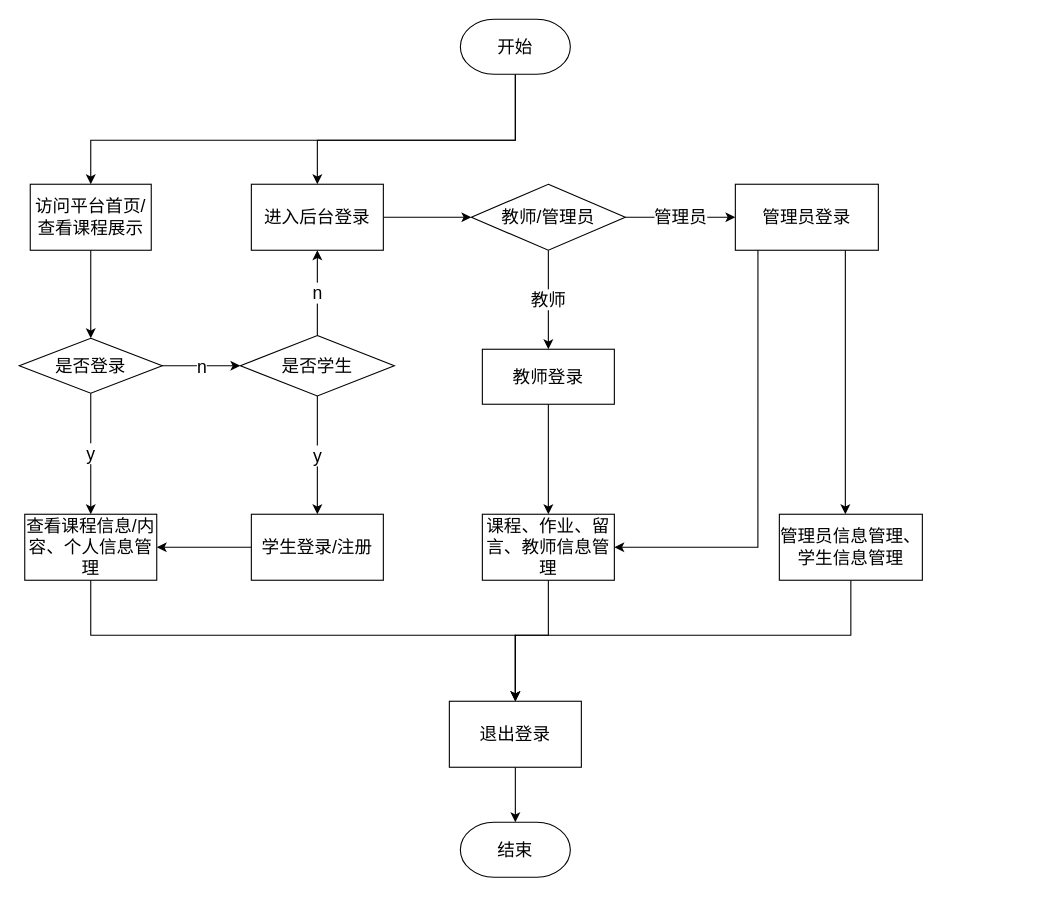
Before: imgs/主要业务流程图.drawio in jaclkliao/imgs, a draw.io diagram. Source tidied: cells renumbered, new cells numbered last; positions are measured from the earlier drawing's top-left corner, leaving out a move shared by most shapes. Both pictures are drawn from the tidied source at 110%, with x=0, y=0 at pixel (19, 19).
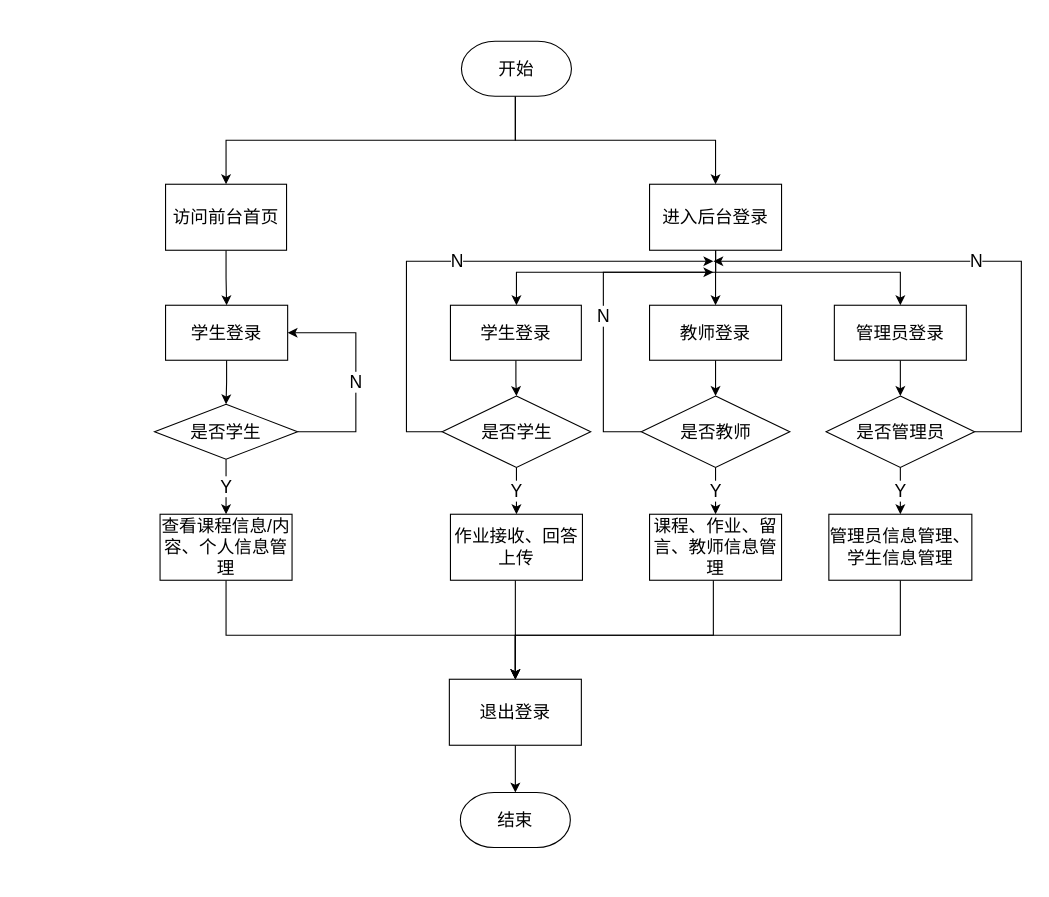
The same page after the edit.

Commit message:
更新主要业务流程图.drawio

What changed in the source:
```diff
@@
-    <mxCell id="2" style="edgeStyle=orthogonalEdgeStyle;rounded=0;jettySize=auto;html=1;fontSize=16;fontFamily=宋体;" parent="1" edge="1" source="4">
+    <mxCell id="2" style="edgeStyle=orthogonalEdgeStyle;rounded=0;jettySize=auto;html=1;fontSize=16;fontFamily=宋体;entryX=0.5;entryY=0;entryDx=0;entryDy=0;" parent="1" edge="1" source="4" target="6">
       <mxGeometry relative="1" as="geometry">
-        <mxPoint x="65" y="150" as="targetPoint" />
         <Array as="points">
           <mxPoint x="451" y="110" />
-          <mxPoint x="65" y="110" />
+          <mxPoint x="188" y="110" />
         </Array>
       </mxGeometry>
     </mxCell>
-    <mxCell id="3" style="edgeStyle=orthogonalEdgeStyle;rounded=0;jettySize=auto;html=1;entryX=0.5;entryY=0;entryDx=0;entryDy=0;fontSize=16;fontFamily=宋体;" parent="1" edge="1" source="4" target="18">
+    <mxCell id="3" style="edgeStyle=orthogonalEdgeStyle;rounded=0;jettySize=auto;html=1;fontFamily=宋体;" parent="1" edge="1" source="4" target="18">
       <mxGeometry relative="1" as="geometry">
         <Array as="points">
           <mxPoint x="451" y="110" />
-          <mxPoint x="271" y="110" />
+          <mxPoint x="633" y="110" />
         </Array>
       </mxGeometry>
     </mxCell>
     <mxCell id="4" value="开始" style="strokeWidth=1;html=1;shape=mxgraph.flowchart.terminator;whiteSpace=wrap;fontSize=16;fontFamily=宋体;" parent="1" vertex="1">
-      <mxGeometry x="401" width="100" height="50" as="geometry" />
+      <mxGeometry x="402" y="20" width="100" height="50" as="geometry" />
     </mxCell>
-    <mxCell id="5" style="edgeStyle=orthogonalEdgeStyle;rounded=0;jettySize=auto;html=1;fontSize=16;fontFamily=宋体;" parent="1" edge="1" source="6">
-      <mxGeometry relative="1" as="geometry">
-        <mxPoint x="65" y="290" as="targetPoint" />
-      </mxGeometry>
+    <mxCell id="5" style="edgeStyle=orthogonalEdgeStyle;rounded=0;jettySize=auto;html=1;fontSize=16;fontFamily=宋体;entryX=0.5;entryY=0;entryDx=0;entryDy=0;" parent="1" edge="1" source="6" target="42">
+      <mxGeometry relative="1" as="geometry" />
     </mxCell>
-    <mxCell id="6" value="访问平台首页/查看课程展示" style="rounded=0;whiteSpace=wrap;html=1;fontSize=16;strokeWidth=1;fontFamily=宋体;" parent="1" vertex="1">
-      <mxGeometry x="10" y="150" width="110" height="60" as="geometry" />
+    <mxCell id="6" value="访问前台首页" style="rounded=0;whiteSpace=wrap;html=1;fontSize=16;strokeWidth=1;fontFamily=宋体;" parent="1" vertex="1">
+      <mxGeometry x="133" y="150" width="110" height="60" as="geometry" />
     </mxCell>
-    <mxCell id="7" value="y" style="edgeStyle=orthogonalEdgeStyle;rounded=0;jettySize=auto;html=1;fontSize=16;entryX=0.5;entryY=0;entryDx=0;entryDy=0;fontFamily=宋体;" parent="1" edge="1" source="9" target="11">
+    <mxCell id="7" value="Y" style="edgeStyle=orthogonalEdgeStyle;rounded=0;jettySize=auto;html=1;fontSize=16;entryX=0.5;entryY=0;entryDx=0;entryDy=0;fontFamily=宋体;" parent="1" edge="1" source="9" target="11">
       <mxGeometry relative="1" as="geometry" />
     </mxCell>
-    <mxCell id="8" value="n" style="edgeStyle=orthogonalEdgeStyle;rounded=0;jettySize=auto;html=1;fontSize=16;fontFamily=宋体;" parent="1" edge="1" source="9">
-      <mxGeometry relative="1" as="geometry">
-        <mxPoint x="201" y="315" as="targetPoint" />
+    <mxCell id="8" value="N" style="edgeStyle=orthogonalEdgeStyle;rounded=0;jettySize=auto;html=1;fontSize=16;fontFamily=宋体;entryX=1;entryY=0.5;entryDx=0;entryDy=0;" parent="1" edge="1" source="9" target="42">
+      <mxGeometry x="-0.04" relative="1" as="geometry">
+        <Array as="points">
+          <mxPoint x="306" y="375" />
+          <mxPoint x="306" y="285" />
+        </Array>
       </mxGeometry>
     </mxCell>
-    <mxCell id="9" value="是否登录" style="rhombus;whiteSpace=wrap;html=1;fontSize=16;strokeWidth=1;fontFamily=宋体;" parent="1" vertex="1">
-      <mxGeometry y="290" width="130" height="50" as="geometry" />
+    <mxCell id="9" value="是否学生" style="rhombus;whiteSpace=wrap;html=1;fontSize=16;strokeWidth=1;fontFamily=宋体;" parent="1" vertex="1">
+      <mxGeometry x="123" y="350" width="130" height="50" as="geometry" />
     </mxCell>
     <mxCell id="10" style="edgeStyle=orthogonalEdgeStyle;rounded=0;jettySize=auto;html=1;fontSize=16;entryX=0.5;entryY=0;entryDx=0;entryDy=0;fontFamily=宋体;" parent="1" edge="1" source="11" target="32">
       <mxGeometry relative="1" as="geometry">
         <Array as="points">
-          <mxPoint x="65" y="560" />
+          <mxPoint x="188" y="560" />
           <mxPoint x="451" y="560" />
         </Array>
       </mxGeometry>
     </mxCell>
     <mxCell id="11" value="查看课程信息/内容、个人信息管理" style="rounded=0;whiteSpace=wrap;html=1;fontSize=16;strokeWidth=1;fontFamily=宋体;" parent="1" vertex="1">
-      <mxGeometry x="5" y="450" width="120" height="60" as="geometry" />
+      <mxGeometry x="128" y="450" width="120" height="60" as="geometry" />
     </mxCell>
-    <mxCell id="12" style="edgeStyle=orthogonalEdgeStyle;rounded=0;jettySize=auto;html=1;fontSize=16;fontFamily=宋体;" parent="1" edge="1" source="13" target="11">
-      <mxGeometry relative="1" as="geometry" />
-    </mxCell>
-    <mxCell id="13" value="学生登录/注册" style="rounded=0;whiteSpace=wrap;html=1;fontSize=16;strokeWidth=1;fontFamily=宋体;" parent="1" vertex="1">
-      <mxGeometry x="211" y="450" width="120" height="60" as="geometry" />
-    </mxCell>
-    <mxCell id="14" value="y" style="edgeStyle=orthogonalEdgeStyle;rounded=0;jettySize=auto;html=1;entryX=0.5;entryY=0;entryDx=0;entryDy=0;fontSize=16;fontFamily=宋体;" parent="1" edge="1" source="16" target="13">
-      <mxGeometry relative="1" as="geometry" />
-    </mxCell>
-    <mxCell id="15" value="n" style="edgeStyle=orthogonalEdgeStyle;rounded=0;jettySize=auto;html=1;fontSize=16;fontFamily=宋体;" parent="1" edge="1" source="16" target="18">
-      <mxGeometry relative="1" as="geometry" />
-    </mxCell>
-    <mxCell id="16" value="是否学生" style="rhombus;whiteSpace=wrap;html=1;fontSize=16;strokeWidth=1;fontFamily=宋体;" parent="1" vertex="1">
-      <mxGeometry x="201" y="287.5" width="140" height="55" as="geometry" />
-    </mxCell>
-    <mxCell id="17" style="edgeStyle=orthogonalEdgeStyle;rounded=0;jettySize=auto;html=1;fontSize=16;fontFamily=宋体;" parent="1" edge="1" source="18">
-      <mxGeometry relative="1" as="geometry">
-        <mxPoint x="411" y="180" as="targetPoint" />
-      </mxGeometry>
-    </mxCell>
+    <mxCell id="34" style="edgeStyle=orthogonalEdgeStyle;rounded=0;jettySize=auto;html=1;fontSize=16;fontFamily=宋体;" parent="1" edge="1" source="18" target="23">
+      <mxGeometry relative="1" as="geometry" />
+    </mxCell>
+    <mxCell id="35" style="edgeStyle=orthogonalEdgeStyle;rounded=0;jettySize=auto;html=1;fontFamily=宋体;fontSize=16;" parent="1" edge="1" source="18" target="25">
+      <mxGeometry relative="1" as="geometry">
+        <Array as="points">
+          <mxPoint x="633" y="230" />
+          <mxPoint x="801" y="230" />
+        </Array>
+      </mxGeometry>
+    </mxCell>
+    <mxCell id="36" style="edgeStyle=orthogonalEdgeStyle;rounded=0;jettySize=auto;html=1;fontFamily=宋体;fontSize=16;" parent="1" edge="1" source="18" target="48">
+      <mxGeometry relative="1" as="geometry">
+        <Array as="points">
+          <mxPoint x="633" y="230" />
+          <mxPoint x="452" y="230" />
+        </Array>
+      </mxGeometry>
+    </mxCell>
     <mxCell id="18" value="进入后台登录" style="rounded=0;whiteSpace=wrap;html=1;fontSize=16;strokeWidth=1;fontFamily=宋体;" parent="1" vertex="1">
-      <mxGeometry x="211" y="150" width="120" height="60" as="geometry" />
+      <mxGeometry x="573" y="150" width="120" height="60" as="geometry" />
     </mxCell>
-    <mxCell id="19" value="教师" style="edgeStyle=orthogonalEdgeStyle;rounded=0;jettySize=auto;html=1;fontSize=16;fontFamily=宋体;" parent="1" edge="1" source="21">
-      <mxGeometry relative="1" as="geometry">
-        <mxPoint x="481" y="300" as="targetPoint" />
-      </mxGeometry>
-    </mxCell>
-    <mxCell id="20" value="管理员" style="edgeStyle=orthogonalEdgeStyle;rounded=0;jettySize=auto;html=1;fontSize=16;fontFamily=宋体;" parent="1" edge="1" source="21" target="25">
-      <mxGeometry relative="1" as="geometry" />
-    </mxCell>
-    <mxCell id="21" value="教师/管理员" style="rhombus;whiteSpace=wrap;html=1;fontSize=16;strokeWidth=1;fontFamily=宋体;" parent="1" vertex="1">
-      <mxGeometry x="411" y="150" width="140" height="60" as="geometry" />
-    </mxCell>
-    <mxCell id="22" style="edgeStyle=orthogonalEdgeStyle;rounded=0;jettySize=auto;html=1;fontSize=16;fontFamily=宋体;" parent="1" edge="1" source="23" target="27">
-      <mxGeometry relative="1" as="geometry" />
-    </mxCell>
+    <mxCell id="37" style="edgeStyle=orthogonalEdgeStyle;rounded=0;jettySize=auto;html=1;fontSize=16;fontFamily=宋体;" parent="1" edge="1" source="23" target="40">
+      <mxGeometry relative="1" as="geometry" />
+    </mxCell>
     <mxCell id="23" value="教师登录" style="rounded=0;whiteSpace=wrap;html=1;fontSize=16;strokeWidth=1;fontFamily=宋体;" parent="1" vertex="1">
-      <mxGeometry x="421" y="300" width="120" height="50" as="geometry" />
+      <mxGeometry x="573" y="260" width="120" height="50" as="geometry" />
     </mxCell>
-    <mxCell id="24" style="edgeStyle=orthogonalEdgeStyle;rounded=0;jettySize=auto;html=1;fontSize=16;fontFamily=宋体;" parent="1" edge="1" source="25" target="29">
-      <mxGeometry relative="1" as="geometry">
-        <Array as="points">
-          <mxPoint x="751" y="270" />
-          <mxPoint x="751" y="270" />
-        </Array>
-      </mxGeometry>
-    </mxCell>
-    <mxCell id="25" value="管理员登录" style="rounded=0;whiteSpace=wrap;html=1;fontSize=16;strokeWidth=1;fontFamily=宋体;" parent="1" vertex="1">
-      <mxGeometry x="651" y="150" width="130" height="60" as="geometry" />
-    </mxCell>
-    <mxCell id="26" style="edgeStyle=orthogonalEdgeStyle;rounded=0;jettySize=auto;html=1;entryX=0.5;entryY=0;entryDx=0;entryDy=0;fontSize=16;fontFamily=宋体;" parent="1" edge="1" source="27" target="32">
+    <mxCell id="26" style="edgeStyle=orthogonalEdgeStyle;rounded=0;jettySize=auto;html=1;fontFamily=宋体;fontSize=16;endArrow=classic;endFill=1;" parent="1" edge="1" source="27" target="32">
       <mxGeometry relative="1" as="geometry">
         <Array as="points">
-          <mxPoint x="481" y="560" />
+          <mxPoint x="631" y="560" />
           <mxPoint x="451" y="560" />
         </Array>
       </mxGeometry>
     </mxCell>
     <mxCell id="27" value="课程、作业、留言、教师信息管理" style="rounded=0;whiteSpace=wrap;html=1;fontSize=16;strokeWidth=1;fontFamily=宋体;" parent="1" vertex="1">
-      <mxGeometry x="421" y="450" width="120" height="60" as="geometry" />
+      <mxGeometry x="573" y="450" width="120" height="60" as="geometry" />
     </mxCell>
-    <mxCell id="28" style="edgeStyle=orthogonalEdgeStyle;rounded=0;jettySize=auto;html=1;entryX=0.5;entryY=0;entryDx=0;entryDy=0;fontSize=16;fontFamily=宋体;" parent="1" edge="1" source="29" target="32">
+    <mxCell id="28" style="edgeStyle=orthogonalEdgeStyle;rounded=0;jettySize=auto;html=1;fontFamily=宋体;fontSize=16;" parent="1" edge="1" source="29" target="32">
       <mxGeometry relative="1" as="geometry">
         <Array as="points">
-          <mxPoint x="756" y="560" />
+          <mxPoint x="801" y="560" />
           <mxPoint x="451" y="560" />
         </Array>
       </mxGeometry>
     </mxCell>
     <mxCell id="29" value="管理员信息管理、学生信息管理" style="rounded=0;whiteSpace=wrap;html=1;fontSize=16;strokeWidth=1;fontFamily=宋体;" parent="1" vertex="1">
-      <mxGeometry x="691" y="450" width="130" height="60" as="geometry" />
+      <mxGeometry x="736" y="450" width="130" height="60" as="geometry" />
     </mxCell>
     <mxCell id="30" value="结束" style="strokeWidth=1;html=1;shape=mxgraph.flowchart.terminator;whiteSpace=wrap;fontSize=16;fontFamily=宋体;" parent="1" vertex="1">
-      <mxGeometry x="401" y="730" width="100" height="50" as="geometry" />
+      <mxGeometry x="401" y="703" width="100" height="50" as="geometry" />
     </mxCell>
@@
     <mxCell id="32" value="退出登录" style="rounded=0;whiteSpace=wrap;html=1;fontSize=16;strokeWidth=1;fontFamily=宋体;" parent="1" vertex="1">
-      <mxGeometry x="391" y="620" width="120" height="60" as="geometry" />
+      <mxGeometry x="391" y="600" width="120" height="60" as="geometry" />
     </mxCell>
-    <mxCell id="33" style="endArrow=classic;html=1;rounded=0;fontSize=16;entryX=1;entryY=0.5;entryDx=0;entryDy=0;exitX=0.158;exitY=1;exitDx=0;exitDy=0;exitPerimeter=0;edgeStyle=orthogonalEdgeStyle;fontFamily=宋体;" parent="1" edge="1" source="25" target="27">
-      <mxGeometry relative="1" as="geometry" />
-    </mxCell>
+    <mxCell id="38" value="N" style="edgeStyle=orthogonalEdgeStyle;rounded=0;jettySize=auto;html=1;fontSize=16;fontFamily=宋体;" parent="1" edge="1" source="40">
+      <mxGeometry relative="1" as="geometry">
+        <mxPoint x="631" y="230" as="targetPoint" />
+        <Array as="points">
+          <mxPoint x="531" y="375" />
+          <mxPoint x="531" y="230" />
+          <mxPoint x="631" y="230" />
+        </Array>
+      </mxGeometry>
+    </mxCell>
+    <mxCell id="39" value="Y" style="edgeStyle=orthogonalEdgeStyle;rounded=0;jettySize=auto;html=1;fontFamily=宋体;fontSize=16;" parent="1" edge="1" source="40" target="27">
+      <mxGeometry relative="1" as="geometry" />
+    </mxCell>
+    <mxCell id="40" value="是否教师" style="rhombus;whiteSpace=wrap;html=1;fontSize=16;fontFamily=宋体;rounded=0;strokeWidth=1;" parent="1" vertex="1">
+      <mxGeometry x="565.5" y="342.5" width="135" height="65" as="geometry" />
+    </mxCell>
+    <mxCell id="41" style="edgeStyle=orthogonalEdgeStyle;rounded=0;jettySize=auto;html=1;entryX=0.5;entryY=0;entryDx=0;entryDy=0;fontSize=18;fontFamily=宋体;" parent="1" edge="1" source="42" target="9">
+      <mxGeometry relative="1" as="geometry" />
+    </mxCell>
+    <mxCell id="42" value="学生登录" style="rounded=0;whiteSpace=wrap;html=1;fontSize=16;fontFamily=宋体;" parent="1" vertex="1">
+      <mxGeometry x="133" y="260" width="111" height="50" as="geometry" />
+    </mxCell>
+    <mxCell id="43" style="edgeStyle=orthogonalEdgeStyle;rounded=0;jettySize=auto;html=1;fontFamily=宋体;fontSize=16;" parent="1" edge="1" source="25" target="46">
+      <mxGeometry relative="1" as="geometry" />
+    </mxCell>
+    <mxCell id="25" value="管理员登录" style="rounded=0;whiteSpace=wrap;html=1;fontSize=16;strokeWidth=1;fontFamily=宋体;" parent="1" vertex="1">
+      <mxGeometry x="741" y="260" width="120" height="50" as="geometry" />
+    </mxCell>
+    <mxCell id="44" value="Y" style="edgeStyle=orthogonalEdgeStyle;rounded=0;jettySize=auto;html=1;fontFamily=宋体;fontSize=16;" parent="1" edge="1" source="46" target="29">
+      <mxGeometry relative="1" as="geometry" />
+    </mxCell>
+    <mxCell id="45" value="N" style="edgeStyle=orthogonalEdgeStyle;rounded=0;jettySize=auto;html=1;fontFamily=宋体;fontSize=16;" parent="1" edge="1" source="46">
+      <mxGeometry relative="1" as="geometry">
+        <mxPoint x="631" y="220" as="targetPoint" />
+        <Array as="points">
+          <mxPoint x="911" y="375" />
+          <mxPoint x="911" y="220" />
+        </Array>
+      </mxGeometry>
+    </mxCell>
+    <mxCell id="46" value="是否管理员" style="rhombus;whiteSpace=wrap;html=1;fontSize=16;fontFamily=宋体;rounded=0;strokeWidth=1;" parent="1" vertex="1">
+      <mxGeometry x="733.5" y="342.5" width="135" height="65" as="geometry" />
+    </mxCell>
+    <mxCell id="47" style="edgeStyle=orthogonalEdgeStyle;rounded=0;jettySize=auto;html=1;fontFamily=宋体;fontSize=16;" parent="1" edge="1" source="48" target="16">
+      <mxGeometry relative="1" as="geometry" />
+    </mxCell>
+    <mxCell id="48" value="学生登录" style="rounded=0;whiteSpace=wrap;html=1;fontSize=16;strokeWidth=1;fontFamily=宋体;" parent="1" vertex="1">
+      <mxGeometry x="392" y="260" width="119" height="50" as="geometry" />
+    </mxCell>
+    <mxCell id="49" value="N" style="edgeStyle=orthogonalEdgeStyle;rounded=0;jettySize=auto;html=1;fontFamily=宋体;fontSize=16;" parent="1" edge="1" source="16">
+      <mxGeometry relative="1" as="geometry">
+        <mxPoint x="631" y="220" as="targetPoint" />
+        <Array as="points">
+          <mxPoint x="352" y="375" />
+          <mxPoint x="352" y="220" />
+          <mxPoint x="631" y="220" />
+        </Array>
+      </mxGeometry>
+    </mxCell>
+    <mxCell id="50" value="Y" style="edgeStyle=orthogonalEdgeStyle;rounded=0;jettySize=auto;html=1;entryX=0.5;entryY=0;entryDx=0;entryDy=0;fontFamily=宋体;fontSize=16;" parent="1" edge="1" source="16" target="52">
+      <mxGeometry relative="1" as="geometry" />
+    </mxCell>
+    <mxCell id="16" value="是否学生" style="rhombus;whiteSpace=wrap;html=1;fontSize=16;fontFamily=宋体;rounded=0;strokeWidth=1;" parent="1" vertex="1">
+      <mxGeometry x="384.5" y="342.5" width="135" height="65" as="geometry" />
+    </mxCell>
+    <mxCell id="51" style="edgeStyle=orthogonalEdgeStyle;rounded=0;jettySize=auto;html=1;fontFamily=宋体;fontSize=16;" parent="1" edge="1" source="52" target="32">
+      <mxGeometry relative="1" as="geometry">
+        <Array as="points">
+          <mxPoint x="451" y="520" />
+          <mxPoint x="451" y="520" />
+        </Array>
+      </mxGeometry>
+    </mxCell>
+    <mxCell id="52" value="作业接收、回答上传" style="rounded=0;whiteSpace=wrap;html=1;fontSize=16;strokeWidth=1;fontFamily=宋体;" parent="1" vertex="1">
+      <mxGeometry x="392" y="450" width="120" height="60" as="geometry" />
+    </mxCell>
```
